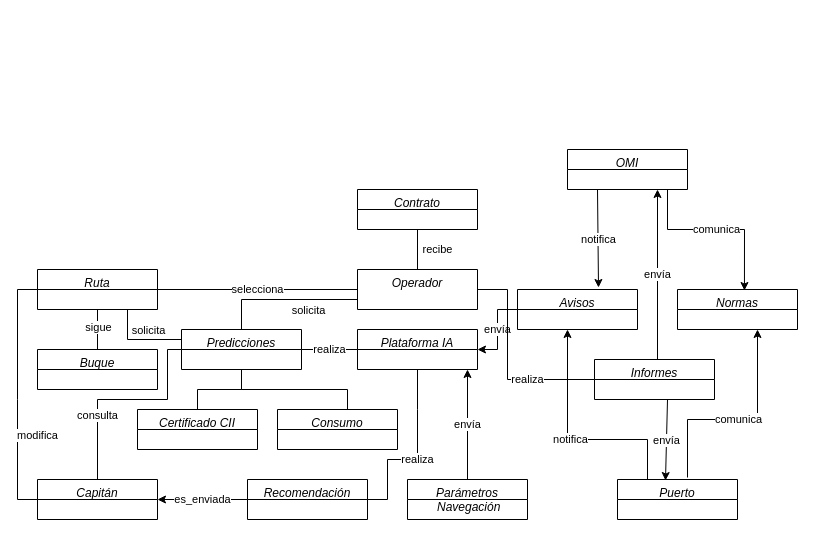
Earlier version of the draw.io diagram Vista_Logica V3 .drawio (jdiazfer/ADS_Practica1). Source tidied: cells renumbered, new cells numbered last; positions are measured from the earlier drawing's top-left corner, leaving out a move shared by most shapes. Both pictures are drawn from the tidied source at 100%, with x=0, y=0 at pixel (17, 149).
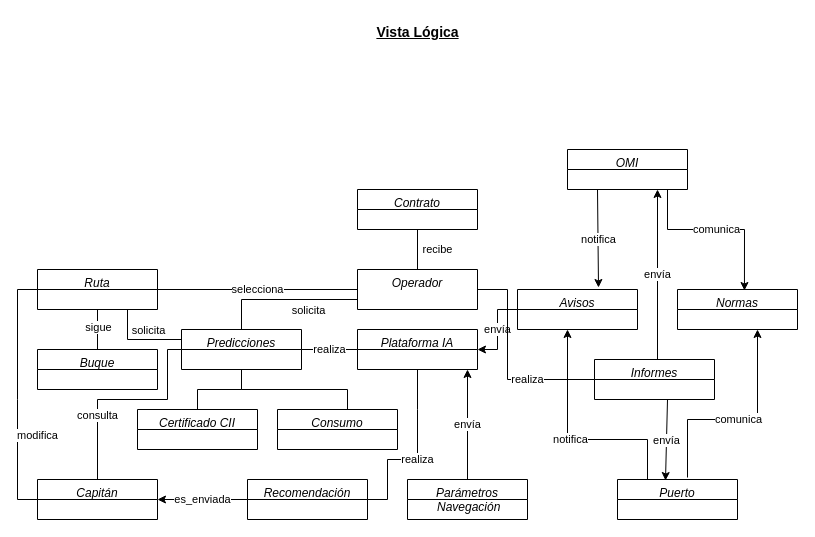
Above is the later version.

Commit message:
Update Vista_Logica V4.1 con titulo .drawio

Change to the diagram source:
```diff
@@
+    <mxCell id="42" value="&lt;font style=&quot;font-size: 14px;&quot;&gt;Vista Lógica&lt;/font&gt;" style="text;html=1;align=center;verticalAlign=middle;strokeColor=none;fillColor=none;fontStyle=5;" parent="1" vertex="1">
+      <mxGeometry x="350" y="-132" width="100" height="30" as="geometry" />
+    </mxCell>
```
